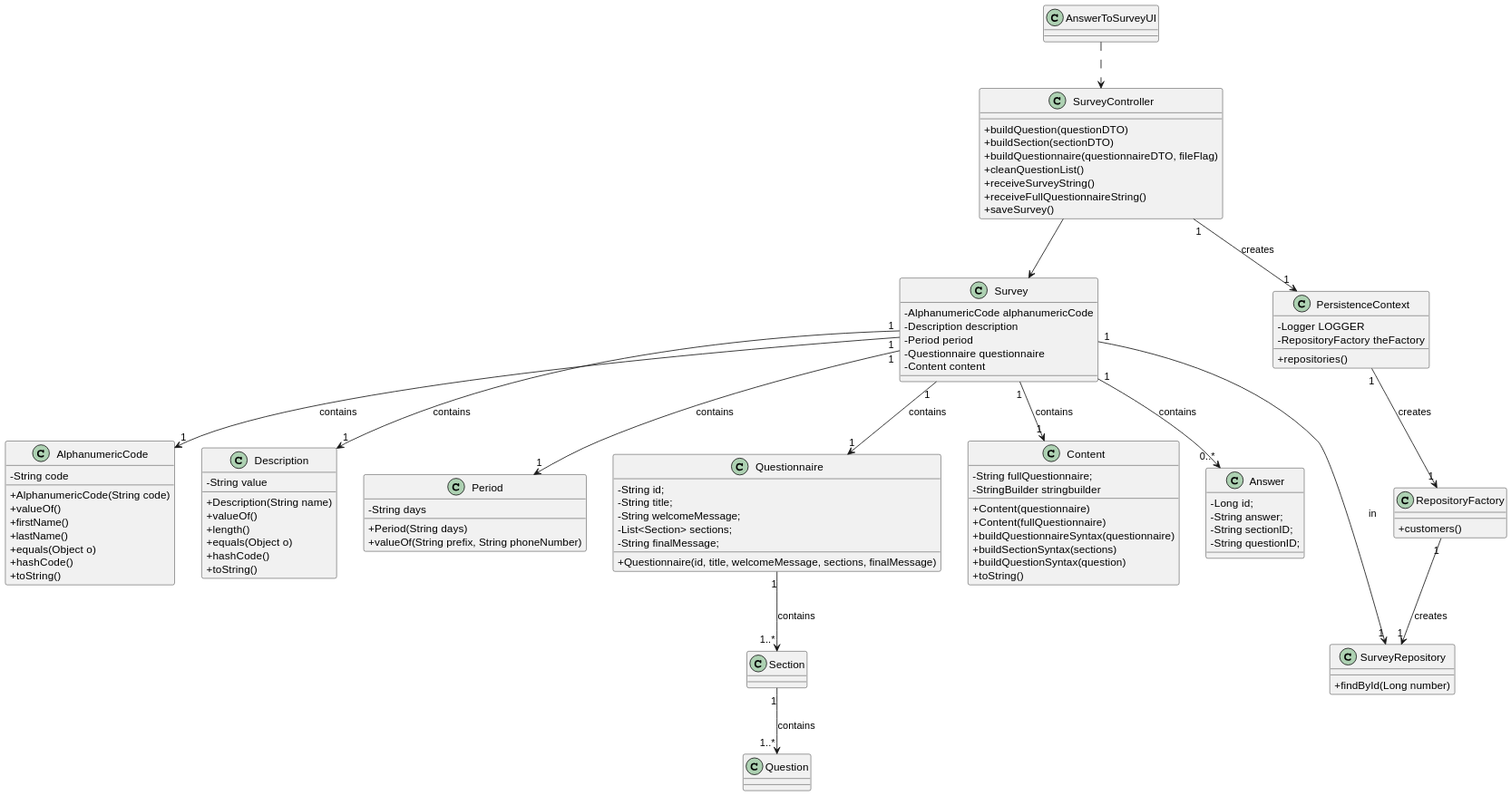
Above: docs/1201568/US3501/Diagramas/CD.svg in RuiRioPina/LAPR4-21-22 (PlantUML), before the change. Its diagram source:
```plantuml
@startuml
skinparam classAttributeIconSize 0

Class "AnswerToSurveyUI"{
}

Class "SurveyController"{
+buildQuestion(questionDTO)
+buildSection(sectionDTO)
+buildQuestionnaire(questionnaireDTO, fileFlag)
+cleanQuestionList()
+receiveSurveyString()
+receiveFullQuestionnaireString()
+saveSurvey()
}

Class "AlphanumericCode"{
-String code

+AlphanumericCode(String code)
+valueOf()
+firstName()
+lastName()
+equals(Object o)
+hashCode()
+toString()
}

Class "Description"{
-String value

+Description(String name)
+valueOf()
+length()
+equals(Object o)
+hashCode()
+toString()
}





Class "Period"{
     -String days
     +Period(String days)
     +valueOf(String prefix, String phoneNumber)
}
Class "Questionnaire"{
     -String id;
     -String title;
     -String welcomeMessage;
     -List<Section> sections;
     -String finalMessage;

+Questionnaire(id, title, welcomeMessage, sections, finalMessage)
}

class Content {
-String fullQuestionnaire;
-StringBuilder stringbuilder

+Content(questionnaire)
+Content(fullQuestionnaire)
+buildQuestionnaireSyntax(questionnaire)
+buildSectionSyntax(sections)
+buildQuestionSyntax(question)
+toString()

}



class Survey{
-AlphanumericCode alphanumericCode
-Description description
-Period period
-Questionnaire questionnaire
-Content content
}

class Answer{
 - Long id;
 - String answer;
 - String sectionID;
 - String questionID;
}

class PersistenceContext {
-Logger LOGGER
-RepositoryFactory theFactory
+repositories()
}

class RepositoryFactory{
+customers()
}

class SurveyRepository{
+findById(Long number)
}

AnswerToSurveyUI..> "SurveyController"


SurveyController --> Survey





"AlphanumericCode" "1" <-u- "1" Survey : contains
"Description" "1" <-u- "1" Survey : contains
"Period" "1" <-u- "1" Survey : contains
"Questionnaire" "1" <-u- "1" Survey : contains
"Content" "1" <-u- "1" Survey : contains
"Answer" "0..*" <-u- "1" Survey : contains


"Questionnaire" "1" --> "1..*" "Section" :contains

"Section" "1" --> "1..*" "Question" :contains



"SurveyController" "1" --> "1" "PersistenceContext" :creates


"PersistenceContext" "1" --> "1" "RepositoryFactory" :creates


"RepositoryFactory" "1" --> "1" "SurveyRepository"  :creates


"Survey" "1" --> "1" "SurveyRepository" :in
@enduml
```
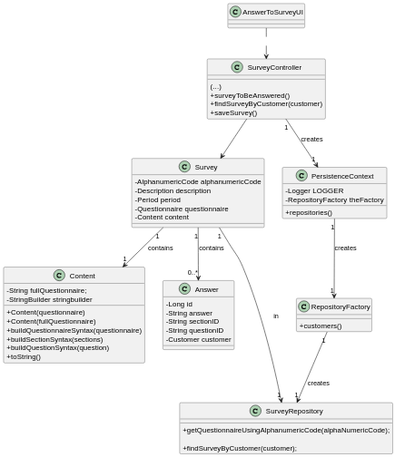
Above is the later version.

Diff of the diagram source:
```diff
@@ -5,56 +5,12 @@
 }
 
 Class "SurveyController"{
-+buildQuestion(questionDTO)
-+buildSection(sectionDTO)
-+buildQuestionnaire(questionnaireDTO, fileFlag)
-+cleanQuestionList()
-+receiveSurveyString()
-+receiveFullQuestionnaireString()
+(...)
++surveyToBeAnswered()
++findSurveyByCustomer(customer)
 +saveSurvey()
 }
 
-Class "AlphanumericCode"{
--String code
-
-+AlphanumericCode(String code)
-+valueOf()
-+firstName()
-+lastName()
-+equals(Object o)
-+hashCode()
-+toString()
-}
-
-Class "Description"{
--String value
-
-+Description(String name)
-+valueOf()
-+length()
-+equals(Object o)
-+hashCode()
-+toString()
-}
-
-
-
-
-
-Class "Period"{
-     -String days
-     +Period(String days)
-     +valueOf(String prefix, String phoneNumber)
-}
-Class "Questionnaire"{
-     -String id;
-     -String title;
-     -String welcomeMessage;
-     -List<Section> sections;
-     -String finalMessage;
-
-+Questionnaire(id, title, welcomeMessage, sections, finalMessage)
-}
 
 class Content {
 -String fullQuestionnaire;
@@ -80,10 +36,11 @@
 }
 
 class Answer{
- - Long id;
- - String answer;
- - String sectionID;
- - String questionID;
+ - Long id
+ - String answer
+ - String sectionID
+ - String questionID
+ - Customer customer
 }
 
 class PersistenceContext {
@@ -97,30 +54,18 @@
 }
 
 class SurveyRepository{
-+findById(Long number)
++getQuestionnaireUsingAlphanumericCode(alphaNumericCode);
+
++findSurveyByCustomer(customer);
 }
 
 AnswerToSurveyUI..> "SurveyController"
 
-
 SurveyController --> Survey
 
 
-
-
-
-"AlphanumericCode" "1" <-u- "1" Survey : contains
-"Description" "1" <-u- "1" Survey : contains
-"Period" "1" <-u- "1" Survey : contains
-"Questionnaire" "1" <-u- "1" Survey : contains
 "Content" "1" <-u- "1" Survey : contains
 "Answer" "0..*" <-u- "1" Survey : contains
-
-
-"Questionnaire" "1" --> "1..*" "Section" :contains
-
-"Section" "1" --> "1..*" "Question" :contains
-
 
 
 "SurveyController" "1" --> "1" "PersistenceContext" :creates
```
